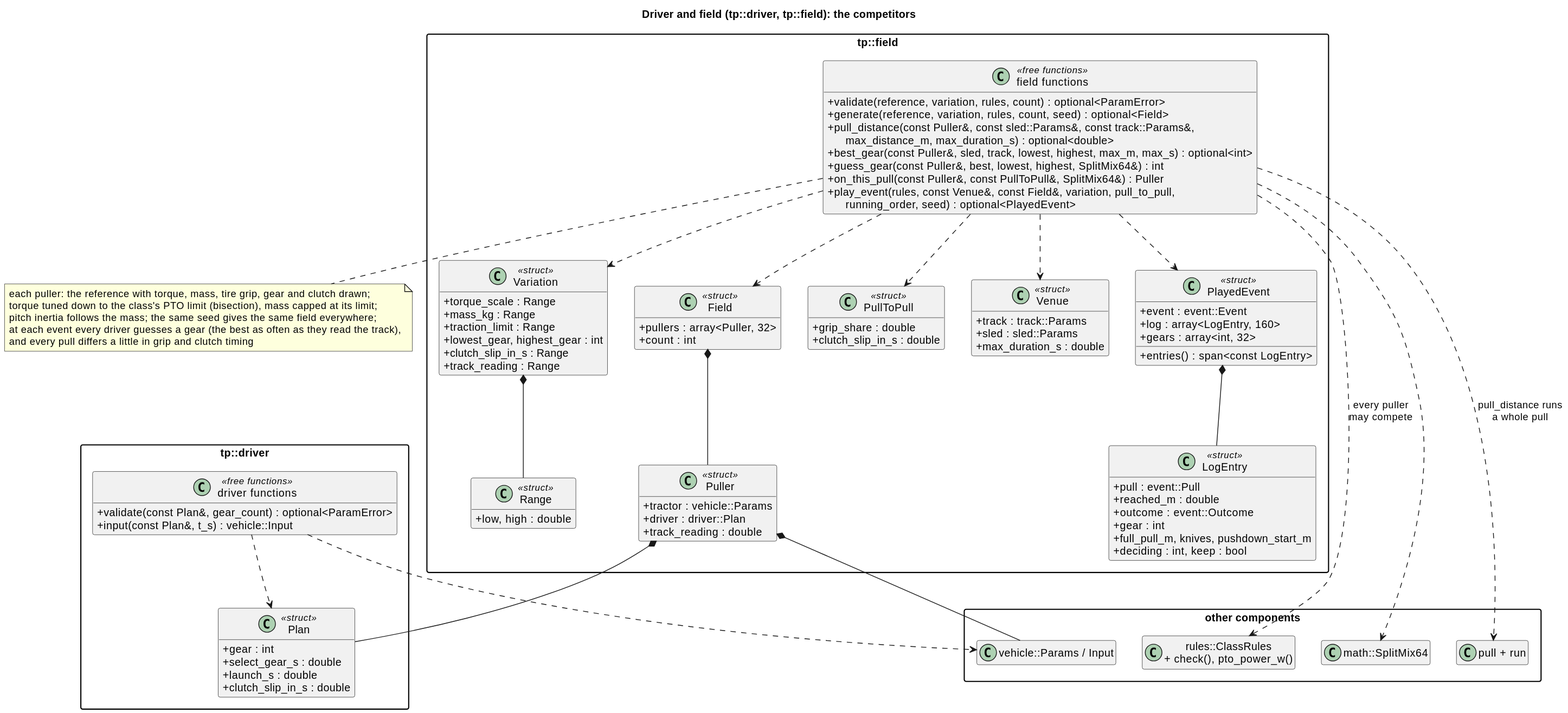
This is docs/diagrams/svg/field_classes.svg from wversteeg/TractorPulling, a PlantUML export, as it was before one commit.
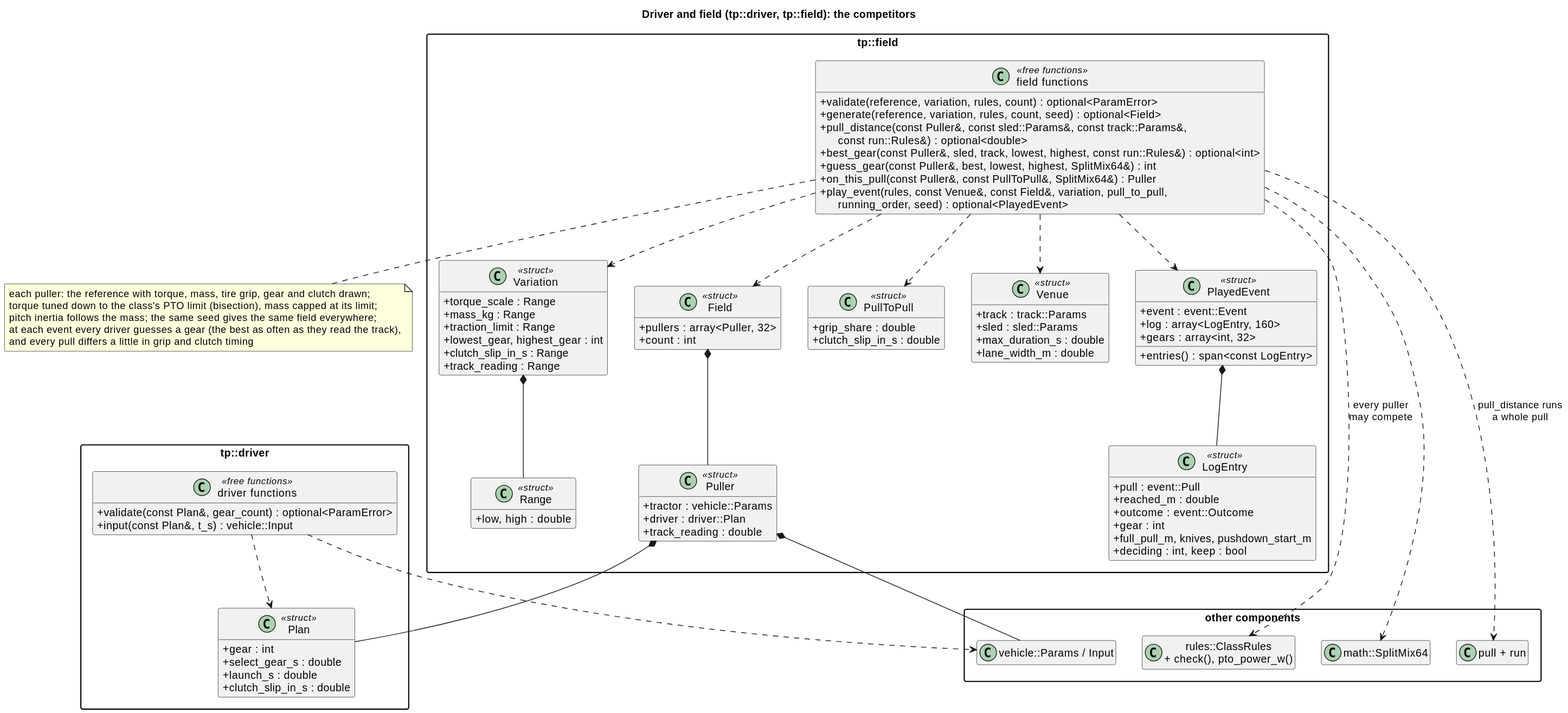
Above is the later version.

What changed in the source:
```diff
@@ -39,6 +39,7 @@
     +track : track::Params
     +sled : sled::Params
     +max_duration_s : double
+    +lane_width_m : double
   }
   class LogEntry <<struct>> {
     +pull : event::Pull
@@ -72,8 +73,8 @@
   class "field functions" as FieldFns <<free functions>> {
     +validate(reference, variation, rules, count) : optional<ParamError>
     +generate(reference, variation, rules, count, seed) : optional<Field>
-    +pull_distance(const Puller&, const sled::Params&, const track::Params&,\n      max_distance_m, max_duration_s) : optional<double>
-    +best_gear(const Puller&, sled, track, lowest, highest, max_m, max_s) : optional<int>
+    +pull_distance(const Puller&, const sled::Params&, const track::Params&,\n      const run::Rules&) : optional<double>
+    +best_gear(const Puller&, sled, track, lowest, highest, const run::Rules&) : optional<int>
     +guess_gear(const Puller&, best, lowest, highest, SplitMix64&) : int
     +on_this_pull(const Puller&, const PullToPull&, SplitMix64&) : Puller
     +play_event(rules, const Venue&, const Field&, variation, pull_to_pull,\n      running_order, seed) : optional<PlayedEvent>
```
